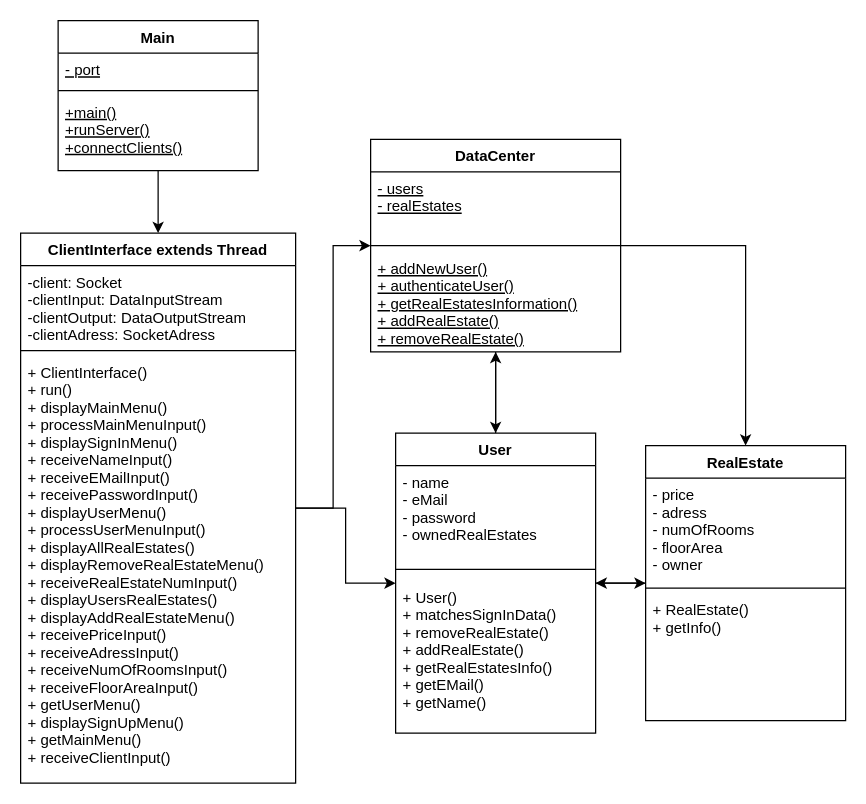
FabioKron/Online-Immobilienportal keeps this draw.io diagram as EntwurfsdiagrammServer.drawio. Above is the earlier version. Source tidied: cells renumbered, new cells numbered last; positions are measured from the earlier drawing's top-left corner, leaving out a move shared by most shapes. Both pictures are drawn from the tidied source at 125%, with x=0, y=0 at pixel (20, 20).
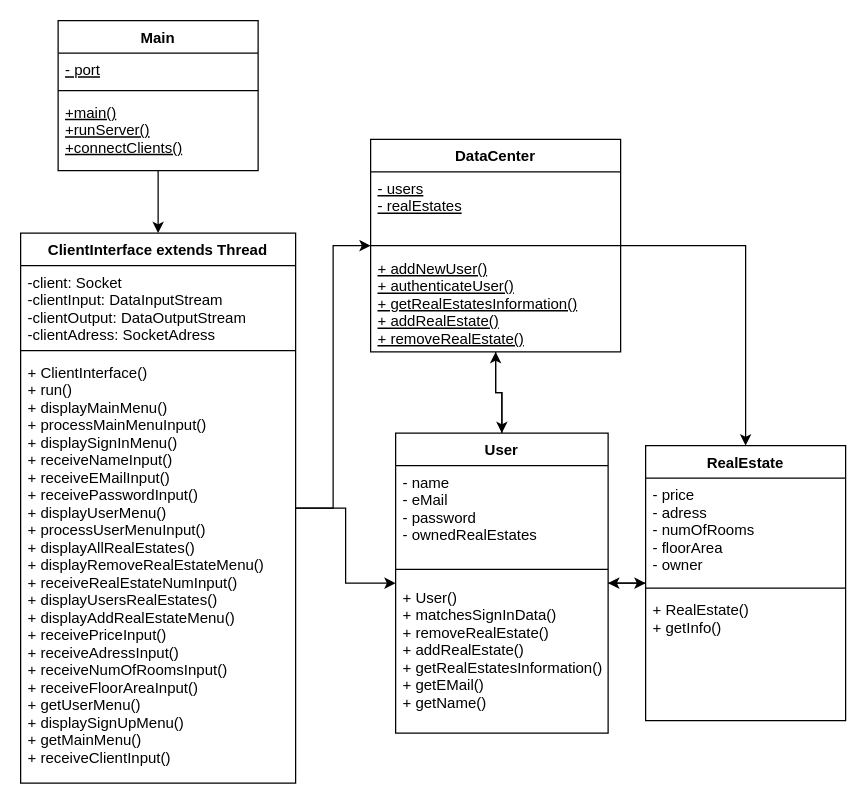
Above is the later version.

Commit message (it also covers changes not shown here):
Umbenennen der methode getRealEstateInfo zu getRealEstatesInformation in der Klasse User bei den Diagrammen

Change to the diagram source:
```diff
@@
     <mxCell id="15" value="User" style="swimlane;fontStyle=1;align=center;verticalAlign=top;horizontal=1;startSize=26;" parent="1" vertex="1">
-      <mxGeometry x="300" y="330" width="160" height="240" as="geometry" />
+      <mxGeometry x="300" y="330" width="170" height="240" as="geometry" />
     </mxCell>
     <mxCell id="16" value="- name&#10;- eMail&#10;- password&#10;- ownedRealEstates&#10;" style="text;strokeColor=none;fillColor=none;align=left;verticalAlign=top;spacingLeft=4;spacingRight=4;overflow=hidden;" parent="15" vertex="1">
-      <mxGeometry y="26" width="160" height="74" as="geometry" />
+      <mxGeometry y="26" width="170" height="74" as="geometry" />
     </mxCell>
     <mxCell id="17" style="line;strokeWidth=1;fillColor=none;align=left;verticalAlign=middle;spacingTop=-1;spacingLeft=3;spacingRight=3;labelPosition=right;" parent="15" vertex="1">
-      <mxGeometry y="100" width="160" height="18" as="geometry" />
+      <mxGeometry y="100" width="170" height="18" as="geometry" />
     </mxCell>
-    <mxCell id="18" value="+ User()&#10;+ matchesSignInData()&#10;+ removeRealEstate()&#10;+ addRealEstate()&#10;+ getRealEstatesInfo()&#10;+ getEMail()&#10;+ getName()" style="text;strokeColor=none;fillColor=none;align=left;verticalAlign=top;spacingLeft=4;spacingRight=4;overflow=hidden;" parent="15" vertex="1">
-      <mxGeometry y="118" width="160" height="122" as="geometry" />
+    <mxCell id="18" value="+ User()&#10;+ matchesSignInData()&#10;+ removeRealEstate()&#10;+ addRealEstate()&#10;+ getRealEstatesInformation()&#10;+ getEMail()&#10;+ getName()" style="text;strokeColor=none;fillColor=none;align=left;verticalAlign=top;spacingLeft=4;spacingRight=4;overflow=hidden;" parent="15" vertex="1">
+      <mxGeometry y="118" width="170" height="122" as="geometry" />
     </mxCell>
```
